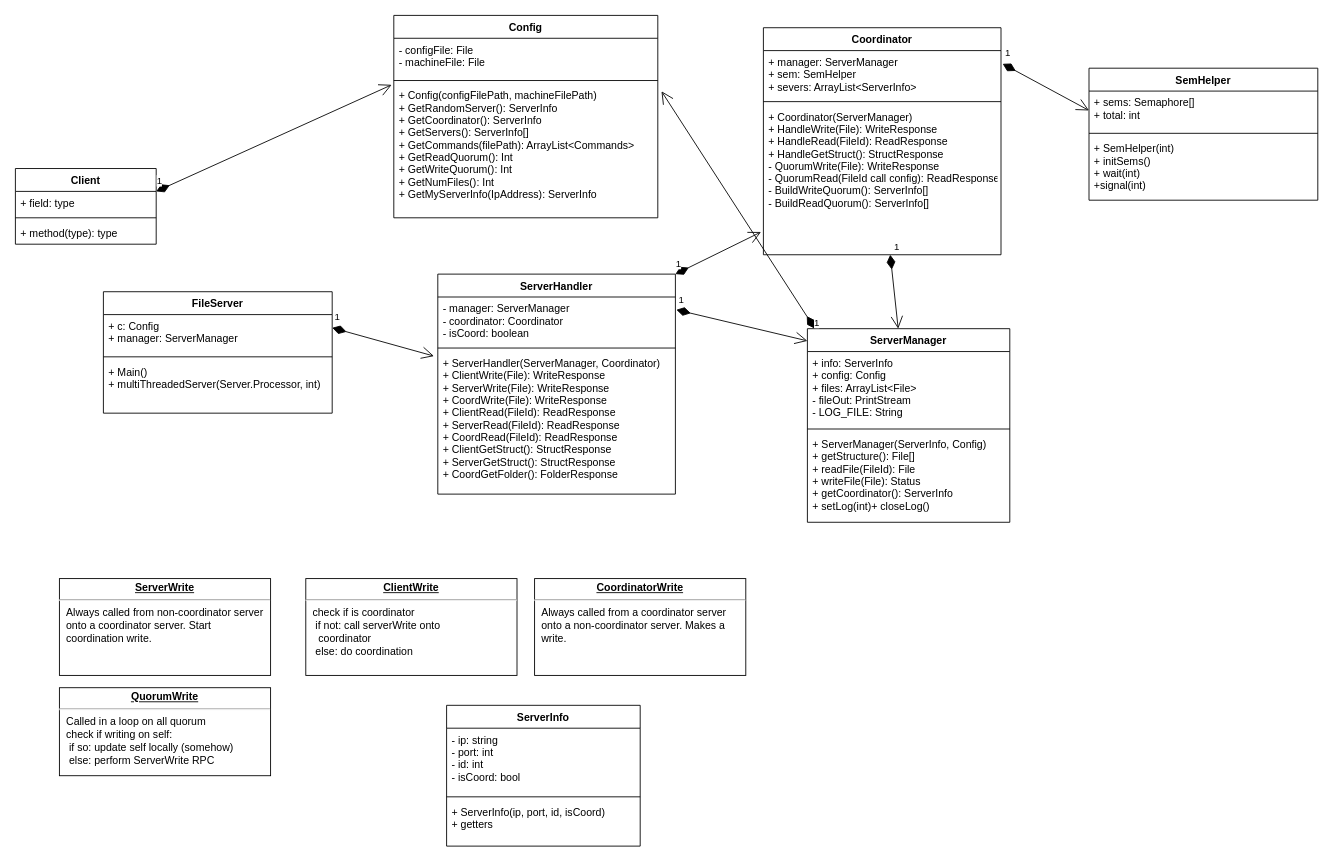
The draw.io diagram PA3.drawio in lukekivi/Distributed-File-System, before the edit. Source tidied: cells renumbered, new cells numbered last; positions are measured from the earlier drawing's top-left corner, leaving out a move shared by most shapes. Both pictures are drawn from the tidied source at 88%, with x=0, y=0 at pixel (15, 15).
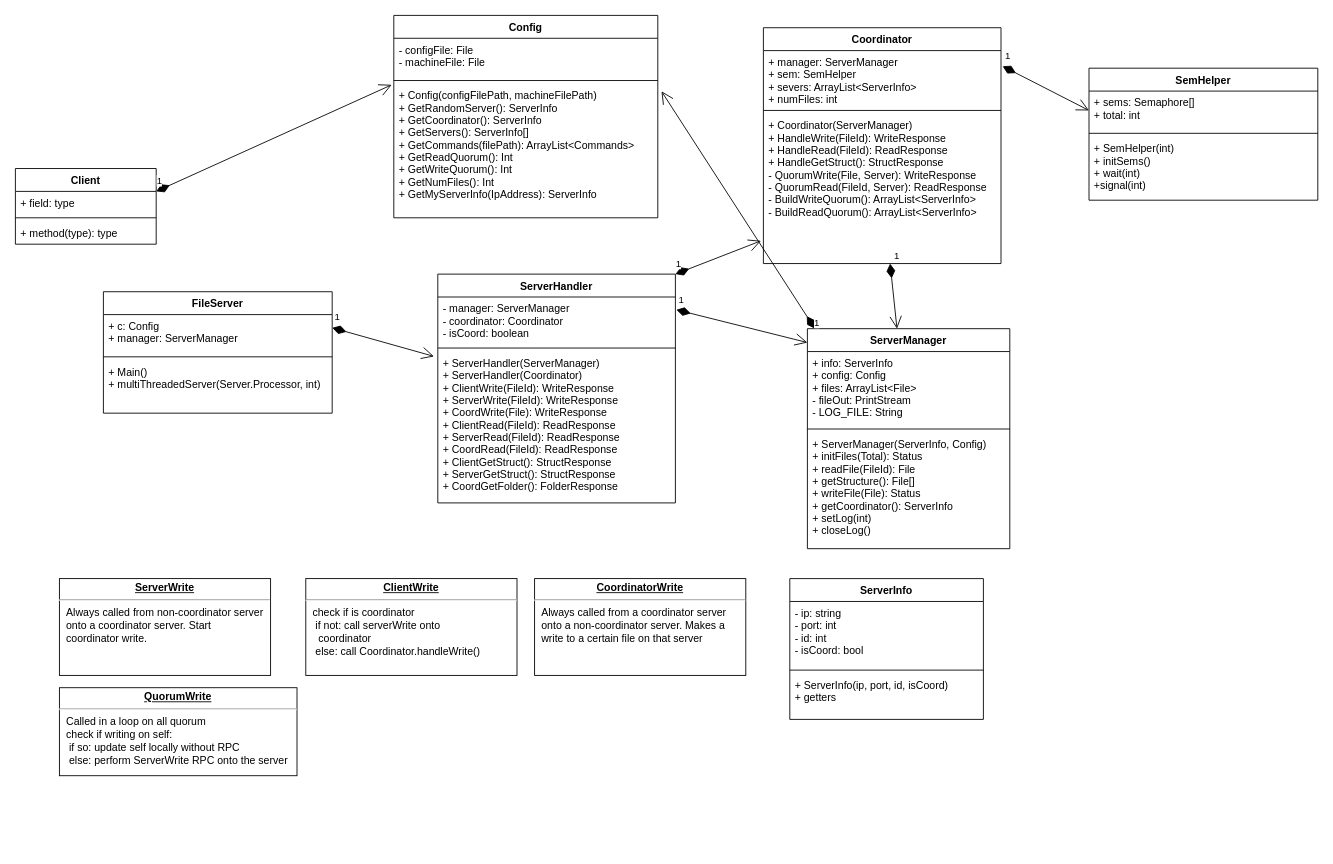
Above is the later version.

What changed in the source:
```diff
@@
     <mxCell id="2" value="ServerHandler&#10;" style="swimlane;fontStyle=1;align=center;verticalAlign=top;horizontal=1;startSize=26;" parent="1" vertex="1">
-      <mxGeometry x="480" y="294" width="270" height="250" as="geometry" />
+      <mxGeometry x="480" y="294" width="270" height="260" as="geometry" />
     </mxCell>
@@
-    <mxCell id="5" value="+ ServerHandler(ServerManager, Coordinator)&#10;+ ClientWrite(File): WriteResponse &#10;+ ServerWrite(File): WriteResponse &#10;+ CoordWrite(File): WriteResponse&#10;+ ClientRead(FileId): ReadResponse&#10;+ ServerRead(FileId): ReadResponse&#10;+ CoordRead(FileId): ReadResponse&#10;+ ClientGetStruct(): StructResponse&#10;+ ServerGetStruct(): StructResponse&#10;+ CoordGetFolder(): FolderResponse" style="text;strokeColor=none;fillColor=none;align=left;verticalAlign=top;spacingLeft=4;spacingRight=4;overflow=hidden;points=[[0,0.5],[1,0.5]];portConstraint=eastwest;" parent="2" vertex="1">
-      <mxGeometry y="88" width="270" height="162" as="geometry" />
+    <mxCell id="5" value="+ ServerHandler(ServerManager)&#10;+ ServerHandler(Coordinator) &#10;+ ClientWrite(FileId): WriteResponse&#10;+ ServerWrite(FileId): WriteResponse &#10;+ CoordWrite(File): WriteResponse&#10;+ ClientRead(FileId): ReadResponse&#10;+ ServerRead(FileId): ReadResponse&#10;+ CoordRead(FileId): ReadResponse&#10;+ ClientGetStruct(): StructResponse&#10;+ ServerGetStruct(): StructResponse&#10;+ CoordGetFolder(): FolderResponse" style="text;strokeColor=none;fillColor=none;align=left;verticalAlign=top;spacingLeft=4;spacingRight=4;overflow=hidden;points=[[0,0.5],[1,0.5]];portConstraint=eastwest;" parent="2" vertex="1">
+      <mxGeometry y="88" width="270" height="172" as="geometry" />
     </mxCell>
@@
     <mxCell id="10" value="Coordinator" style="swimlane;fontStyle=1;align=center;verticalAlign=top;horizontal=1;startSize=26;" parent="1" vertex="1">
-      <mxGeometry x="850" y="14" width="270" height="258" as="geometry" />
+      <mxGeometry x="850" y="14" width="270" height="268" as="geometry" />
     </mxCell>
-    <mxCell id="11" value="+ manager: ServerManager&#10;+ sem: SemHelper&#10;+ severs: ArrayList&lt;ServerInfo&gt;&#10;" style="text;strokeColor=none;fillColor=none;align=left;verticalAlign=top;spacingLeft=4;spacingRight=4;overflow=hidden;points=[[0,0.5],[1,0.5]];portConstraint=eastwest;" parent="10" vertex="1">
-      <mxGeometry y="26" width="270" height="54" as="geometry" />
+    <mxCell id="11" value="+ manager: ServerManager&#10;+ sem: SemHelper&#10;+ severs: ArrayList&lt;ServerInfo&gt;&#10;+ numFiles: int&#10;&#10;&#10;&#10;" style="text;strokeColor=none;fillColor=none;align=left;verticalAlign=top;spacingLeft=4;spacingRight=4;overflow=hidden;points=[[0,0.5],[1,0.5]];portConstraint=eastwest;" parent="10" vertex="1">
+      <mxGeometry y="26" width="270" height="64" as="geometry" />
     </mxCell>
     <mxCell id="12" style="line;strokeWidth=1;fillColor=none;align=left;verticalAlign=middle;spacingTop=-1;spacingLeft=3;spacingRight=3;labelPosition=right;" parent="10" vertex="1">
-      <mxGeometry y="80" width="270" height="8" as="geometry" />
+      <mxGeometry y="90" width="270" height="8" as="geometry" />
     </mxCell>
-    <mxCell id="13" value="+ Coordinator(ServerManager)&#10;+ HandleWrite(File): WriteResponse&#10;+ HandleRead(FileId): ReadResponse&#10;+ HandleGetStruct(): StructResponse&#10;- QuorumWrite(File): WriteResponse&#10;- QuorumRead(FileId call config): ReadResponse&#10;- BuildWriteQuorum(): ServerInfo[]&#10;- BuildReadQuorum(): ServerInfo[]&#10;" style="text;strokeColor=none;fillColor=none;align=left;verticalAlign=top;spacingLeft=4;spacingRight=4;overflow=hidden;points=[[0,0.5],[1,0.5]];portConstraint=eastwest;" parent="10" vertex="1">
-      <mxGeometry y="88" width="270" height="170" as="geometry" />
+    <mxCell id="13" value="+ Coordinator(ServerManager)&#10;+ HandleWrite(FileId): WriteResponse&#10;+ HandleRead(FileId): ReadResponse&#10;+ HandleGetStruct(): StructResponse&#10;- QuorumWrite(File, Server): WriteResponse&#10;- QuorumRead(FileId, Server): ReadResponse&#10;- BuildWriteQuorum(): ArrayList&lt;ServerInfo&gt;&#10;- BuildReadQuorum(): ArrayList&lt;ServerInfo&gt;&#10;" style="text;strokeColor=none;fillColor=none;align=left;verticalAlign=top;spacingLeft=4;spacingRight=4;overflow=hidden;points=[[0,0.5],[1,0.5]];portConstraint=eastwest;" parent="10" vertex="1">
+      <mxGeometry y="98" width="270" height="170" as="geometry" />
     </mxCell>
@@
-    <mxCell id="19" value="&lt;p style=&quot;margin: 0px ; margin-top: 4px ; text-align: center ; text-decoration: underline&quot;&gt;&lt;b&gt;ServerWrite&lt;/b&gt;&lt;/p&gt;&lt;hr&gt;&lt;p style=&quot;margin: 0px ; margin-left: 8px&quot;&gt;Always called from non-coordinator server&lt;/p&gt;&lt;p style=&quot;margin: 0px ; margin-left: 8px&quot;&gt;onto a coordinator server. Start&amp;nbsp;&lt;/p&gt;&lt;p style=&quot;margin: 0px ; margin-left: 8px&quot;&gt;coordination write.&lt;/p&gt;&lt;p style=&quot;margin: 0px ; margin-left: 8px&quot;&gt;&lt;span style=&quot;white-space: pre&quot;&gt;&lt;br&gt;&lt;/span&gt;&lt;/p&gt;" style="verticalAlign=top;align=left;overflow=fill;fontSize=12;fontFamily=Helvetica;html=1;" parent="1" vertex="1">
+    <mxCell id="19" value="&lt;p style=&quot;margin: 0px ; margin-top: 4px ; text-align: center ; text-decoration: underline&quot;&gt;&lt;b&gt;ServerWrite&lt;/b&gt;&lt;/p&gt;&lt;hr&gt;&lt;p style=&quot;margin: 0px ; margin-left: 8px&quot;&gt;Always called from non-coordinator server&lt;/p&gt;&lt;p style=&quot;margin: 0px ; margin-left: 8px&quot;&gt;onto a coordinator server. Start&amp;nbsp;&lt;/p&gt;&lt;p style=&quot;margin: 0px ; margin-left: 8px&quot;&gt;coordinator write.&lt;/p&gt;&lt;p style=&quot;margin: 0px ; margin-left: 8px&quot;&gt;&lt;span style=&quot;white-space: pre&quot;&gt;&lt;br&gt;&lt;/span&gt;&lt;/p&gt;" style="verticalAlign=top;align=left;overflow=fill;fontSize=12;fontFamily=Helvetica;html=1;" parent="1" vertex="1">
       <mxGeometry x="50" y="640" width="240" height="110" as="geometry" />
     </mxCell>
-    <mxCell id="20" value="&lt;p style=&quot;margin: 0px ; margin-top: 4px ; text-align: center ; text-decoration: underline&quot;&gt;&lt;b&gt;ClientWrite&lt;/b&gt;&lt;/p&gt;&lt;hr&gt;&lt;p style=&quot;margin: 0px ; margin-left: 8px&quot;&gt;check if is coordinator&lt;/p&gt;&lt;p style=&quot;margin: 0px ; margin-left: 8px&quot;&gt;&lt;span style=&quot;white-space: pre&quot;&gt; if not: call serverWrite onto&amp;nbsp;&lt;/span&gt;&lt;/p&gt;&lt;p style=&quot;margin: 0px ; margin-left: 8px&quot;&gt;&lt;span style=&quot;white-space: pre&quot;&gt;&lt;span style=&quot;white-space: pre&quot;&gt; &lt;span style=&quot;white-space: pre&quot;&gt; coordinator&lt;/span&gt;&lt;/span&gt;&lt;/span&gt;&lt;/p&gt;&lt;p style=&quot;margin: 0px ; margin-left: 8px&quot;&gt;&lt;span style=&quot;white-space: pre&quot;&gt;&lt;span style=&quot;white-space: pre&quot;&gt; else: do coordination&lt;/span&gt;&lt;br&gt;&lt;/span&gt;&lt;br&gt;&lt;/p&gt;" style="verticalAlign=top;align=left;overflow=fill;fontSize=12;fontFamily=Helvetica;html=1;" parent="1" vertex="1">
+    <mxCell id="20" value="&lt;p style=&quot;margin: 0px ; margin-top: 4px ; text-align: center ; text-decoration: underline&quot;&gt;&lt;b&gt;ClientWrite&lt;/b&gt;&lt;/p&gt;&lt;hr&gt;&lt;p style=&quot;margin: 0px ; margin-left: 8px&quot;&gt;check if is coordinator&lt;/p&gt;&lt;p style=&quot;margin: 0px ; margin-left: 8px&quot;&gt;&lt;span style=&quot;white-space: pre&quot;&gt; if not: call serverWrite onto&amp;nbsp;&lt;/span&gt;&lt;/p&gt;&lt;p style=&quot;margin: 0px ; margin-left: 8px&quot;&gt;&lt;span style=&quot;white-space: pre&quot;&gt;&lt;span style=&quot;white-space: pre&quot;&gt; &lt;span style=&quot;white-space: pre&quot;&gt; coordinator&lt;/span&gt;&lt;/span&gt;&lt;/span&gt;&lt;/p&gt;&lt;p style=&quot;margin: 0px ; margin-left: 8px&quot;&gt;&lt;span style=&quot;white-space: pre&quot;&gt;&lt;span style=&quot;white-space: pre&quot;&gt; else: call Coordinator.handleWrite()&lt;/span&gt;&lt;br&gt;&lt;/span&gt;&lt;br&gt;&lt;/p&gt;" style="verticalAlign=top;align=left;overflow=fill;fontSize=12;fontFamily=Helvetica;html=1;" parent="1" vertex="1">
       <mxGeometry x="330" y="640" width="240" height="110" as="geometry" />
     </mxCell>
-    <mxCell id="21" value="&lt;p style=&quot;margin: 0px ; margin-top: 4px ; text-align: center ; text-decoration: underline&quot;&gt;&lt;b&gt;QuorumWrite&lt;/b&gt;&lt;/p&gt;&lt;hr&gt;&lt;p style=&quot;margin: 0px ; margin-left: 8px&quot;&gt;Called in a loop on all quorum&lt;/p&gt;&lt;p style=&quot;margin: 0px ; margin-left: 8px&quot;&gt;check if writing on self:&lt;/p&gt;&lt;p style=&quot;margin: 0px ; margin-left: 8px&quot;&gt;&lt;span style=&quot;white-space: pre&quot;&gt; if so: update self locally (somehow)&lt;/span&gt;&lt;br&gt;&lt;/p&gt;&lt;p style=&quot;margin: 0px ; margin-left: 8px&quot;&gt;&lt;span style=&quot;white-space: pre&quot;&gt;&lt;span style=&quot;white-space: pre&quot;&gt; else: perform ServerWrite RPC&lt;/span&gt;&lt;br&gt;&lt;/span&gt;&lt;/p&gt;&lt;p style=&quot;margin: 0px ; margin-left: 8px&quot;&gt;&lt;span style=&quot;white-space: pre&quot;&gt;&lt;br&gt;&lt;/span&gt;&lt;/p&gt;" style="verticalAlign=top;align=left;overflow=fill;fontSize=12;fontFamily=Helvetica;html=1;" parent="1" vertex="1">
-      <mxGeometry x="50" y="764" width="240" height="100" as="geometry" />
+    <mxCell id="21" value="&lt;p style=&quot;margin: 0px ; margin-top: 4px ; text-align: center ; text-decoration: underline&quot;&gt;&lt;b&gt;QuorumWrite&lt;/b&gt;&lt;/p&gt;&lt;hr&gt;&lt;p style=&quot;margin: 0px ; margin-left: 8px&quot;&gt;Called in a loop on all quorum&lt;/p&gt;&lt;p style=&quot;margin: 0px ; margin-left: 8px&quot;&gt;check if writing on self:&lt;/p&gt;&lt;p style=&quot;margin: 0px ; margin-left: 8px&quot;&gt;&lt;span style=&quot;white-space: pre&quot;&gt; if so: update self locally without RPC&lt;/span&gt;&lt;br&gt;&lt;/p&gt;&lt;p style=&quot;margin: 0px ; margin-left: 8px&quot;&gt;&lt;span style=&quot;white-space: pre&quot;&gt;&lt;span style=&quot;white-space: pre&quot;&gt; else: perform ServerWrite RPC&lt;/span&gt; onto the server&lt;br&gt;&lt;/span&gt;&lt;/p&gt;&lt;p style=&quot;margin: 0px ; margin-left: 8px&quot;&gt;&lt;span style=&quot;white-space: pre&quot;&gt;&lt;br&gt;&lt;/span&gt;&lt;/p&gt;" style="verticalAlign=top;align=left;overflow=fill;fontSize=12;fontFamily=Helvetica;html=1;" parent="1" vertex="1">
+      <mxGeometry x="50" y="764" width="270" height="100" as="geometry" />
     </mxCell>
-    <mxCell id="22" value="&lt;p style=&quot;margin: 0px ; margin-top: 4px ; text-align: center ; text-decoration: underline&quot;&gt;&lt;b&gt;CoordinatorWrite&lt;/b&gt;&lt;/p&gt;&lt;hr&gt;&lt;p style=&quot;margin: 0px ; margin-left: 8px&quot;&gt;Always called from a coordinator server&lt;/p&gt;&lt;p style=&quot;margin: 0px ; margin-left: 8px&quot;&gt;onto a non-coordinator server. Makes a&lt;/p&gt;&lt;p style=&quot;margin: 0px ; margin-left: 8px&quot;&gt;write.&lt;/p&gt;&lt;p style=&quot;margin: 0px ; margin-left: 8px&quot;&gt;&lt;span style=&quot;white-space: pre&quot;&gt;&lt;br&gt;&lt;/span&gt;&lt;/p&gt;" style="verticalAlign=top;align=left;overflow=fill;fontSize=12;fontFamily=Helvetica;html=1;" parent="1" vertex="1">
+    <mxCell id="22" value="&lt;p style=&quot;margin: 0px ; margin-top: 4px ; text-align: center ; text-decoration: underline&quot;&gt;&lt;b&gt;CoordinatorWrite&lt;/b&gt;&lt;/p&gt;&lt;hr&gt;&lt;p style=&quot;margin: 0px ; margin-left: 8px&quot;&gt;Always called from a coordinator server&lt;/p&gt;&lt;p style=&quot;margin: 0px ; margin-left: 8px&quot;&gt;onto a non-coordinator server. Makes a&lt;/p&gt;&lt;p style=&quot;margin: 0px ; margin-left: 8px&quot;&gt;write to a certain file on that server&lt;br&gt;&lt;/p&gt;&lt;p style=&quot;margin: 0px ; margin-left: 8px&quot;&gt;&lt;span style=&quot;white-space: pre&quot;&gt;&lt;br&gt;&lt;/span&gt;&lt;/p&gt;" style="verticalAlign=top;align=left;overflow=fill;fontSize=12;fontFamily=Helvetica;html=1;" parent="1" vertex="1">
       <mxGeometry x="590" y="640" width="240" height="110" as="geometry" />
     </mxCell>
@@
     <mxCell id="29" value="ServerManager" style="swimlane;fontStyle=1;align=center;verticalAlign=top;horizontal=1;startSize=26;" parent="1" vertex="1">
-      <mxGeometry x="900" y="356" width="230" height="220" as="geometry" />
+      <mxGeometry x="900" y="356" width="230" height="250" as="geometry" />
     </mxCell>
@@
-    <mxCell id="32" value="+ ServerManager(ServerInfo, Config)&#10;+ getStructure(): File[]&#10;+ readFile(FileId): File&#10;+ writeFile(File): Status &#10;+ getCoordinator(): ServerInfo &#10;+ setLog(int)+ closeLog()&#10;" style="text;strokeColor=none;fillColor=none;align=left;verticalAlign=top;spacingLeft=4;spacingRight=4;overflow=hidden;" parent="29" vertex="1">
-      <mxGeometry y="118" width="230" height="102" as="geometry" />
+    <mxCell id="32" value="+ ServerManager(ServerInfo, Config)&#10;+ initFiles(Total): Status&#10;+ readFile(FileId): File&#10;+ getStructure(): File[]&#10;+ writeFile(File): Status &#10;+ getCoordinator(): ServerInfo &#10;+ setLog(int)&#10;+ closeLog()&#10;" style="text;strokeColor=none;fillColor=none;align=left;verticalAlign=top;spacingLeft=4;spacingRight=4;overflow=hidden;" parent="29" vertex="1">
+      <mxGeometry y="118" width="230" height="132" as="geometry" />
     </mxCell>
@@
     <mxCell id="34" value="ServerInfo" style="swimlane;fontStyle=1;align=center;verticalAlign=top;horizontal=1;startSize=26;" parent="1" vertex="1">
-      <mxGeometry x="490" y="784" width="220" height="160" as="geometry" />
+      <mxGeometry x="880" y="640" width="220" height="160" as="geometry" />
     </mxCell>
```
